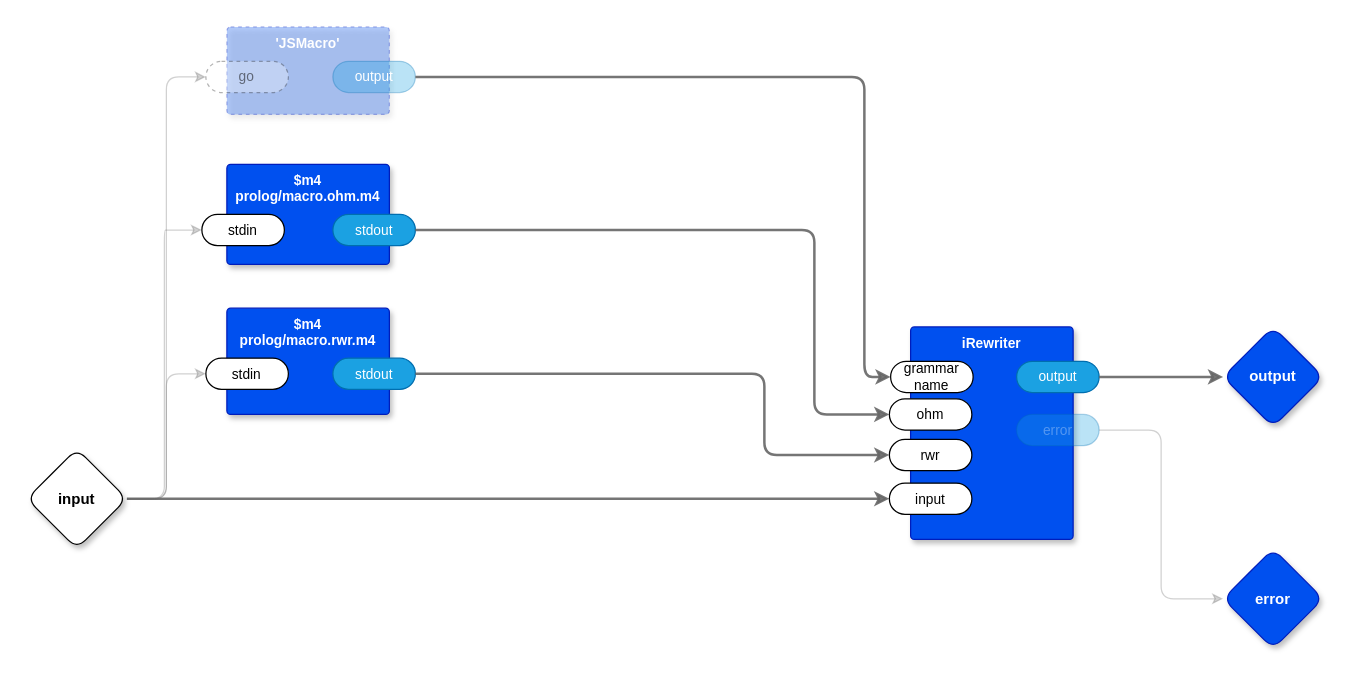
Earlier version of the draw.io diagram page "Macros" (10 of 20) of js/js.drawio (guitarvydas/transpiler). Source tidied: cells renumbered, new cells numbered last; positions are measured from the earlier drawing's top-left corner, leaving out a move shared by most shapes. Both pictures are drawn from the tidied source at 125%, with x=0, y=0 at pixel (26, 26).
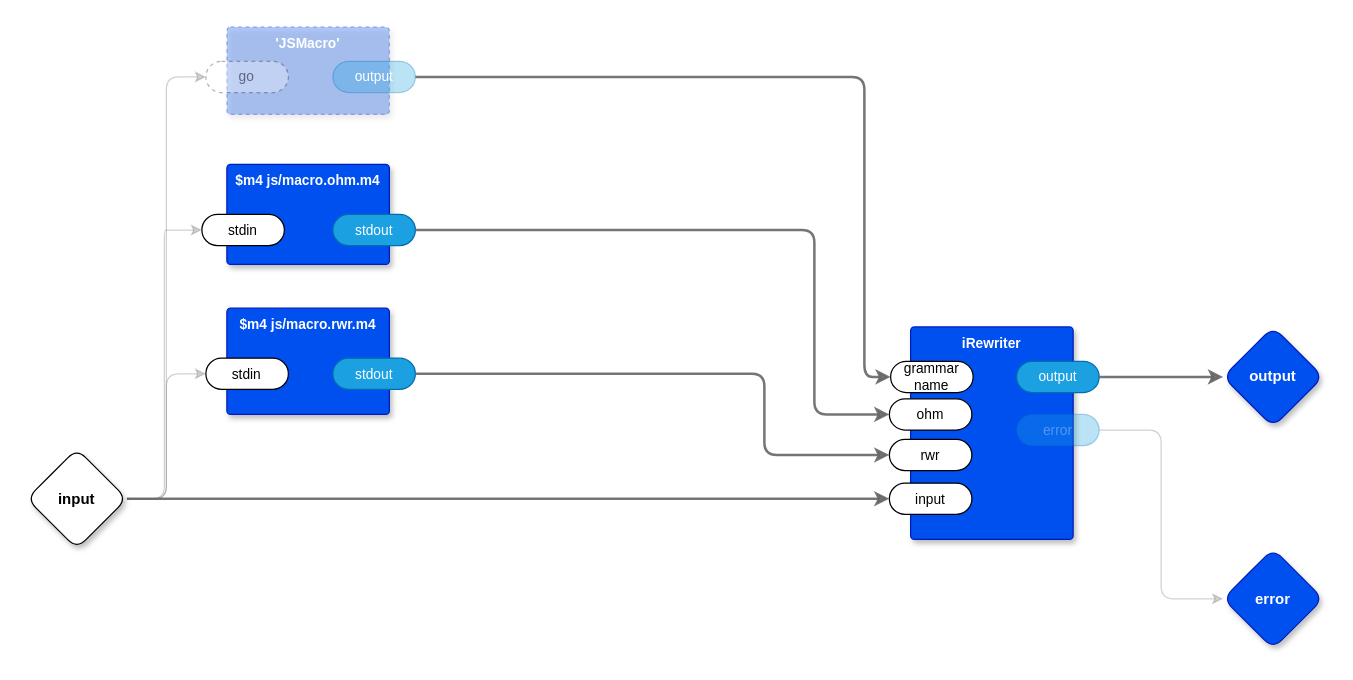
The same diagram, later.

What changed in the source:
```diff
@@
-    <mxCell id="22" value="$m4 prolog/macro.ohm.m4" style="rounded=1;whiteSpace=wrap;html=1;sketch=0;verticalAlign=top;arcSize=6;fontStyle=1;absoluteArcSize=1;shadow=1;strokeColor=#001DBC;fillColor=#0050ef;fontColor=#ffffff;fontFamily=Helvetica;fontSize=11;" parent="1" vertex="1">
+    <mxCell id="22" value="$m4 js/macro.ohm.m4" style="rounded=1;whiteSpace=wrap;html=1;sketch=0;verticalAlign=top;arcSize=6;fontStyle=1;absoluteArcSize=1;shadow=1;strokeColor=#001DBC;fillColor=#0050ef;fontColor=#ffffff;fontFamily=Helvetica;fontSize=11;" parent="1" vertex="1">
       <mxGeometry x="160" y="110" width="130" height="80" as="geometry" />
     </mxCell>
@@
-    <mxCell id="26" value="$m4 prolog/macro.rwr.m4" style="rounded=1;whiteSpace=wrap;html=1;sketch=0;verticalAlign=top;arcSize=6;fontStyle=1;absoluteArcSize=1;shadow=1;strokeColor=#001DBC;fillColor=#0050ef;fontColor=#ffffff;fontFamily=Helvetica;fontSize=11;" parent="1" vertex="1">
+    <mxCell id="26" value="$m4 js/macro.rwr.m4" style="rounded=1;whiteSpace=wrap;html=1;sketch=0;verticalAlign=top;arcSize=6;fontStyle=1;absoluteArcSize=1;shadow=1;strokeColor=#001DBC;fillColor=#0050ef;fontColor=#ffffff;fontFamily=Helvetica;fontSize=11;" parent="1" vertex="1">
       <mxGeometry x="160" y="225" width="130" height="85" as="geometry" />
     </mxCell>
```
